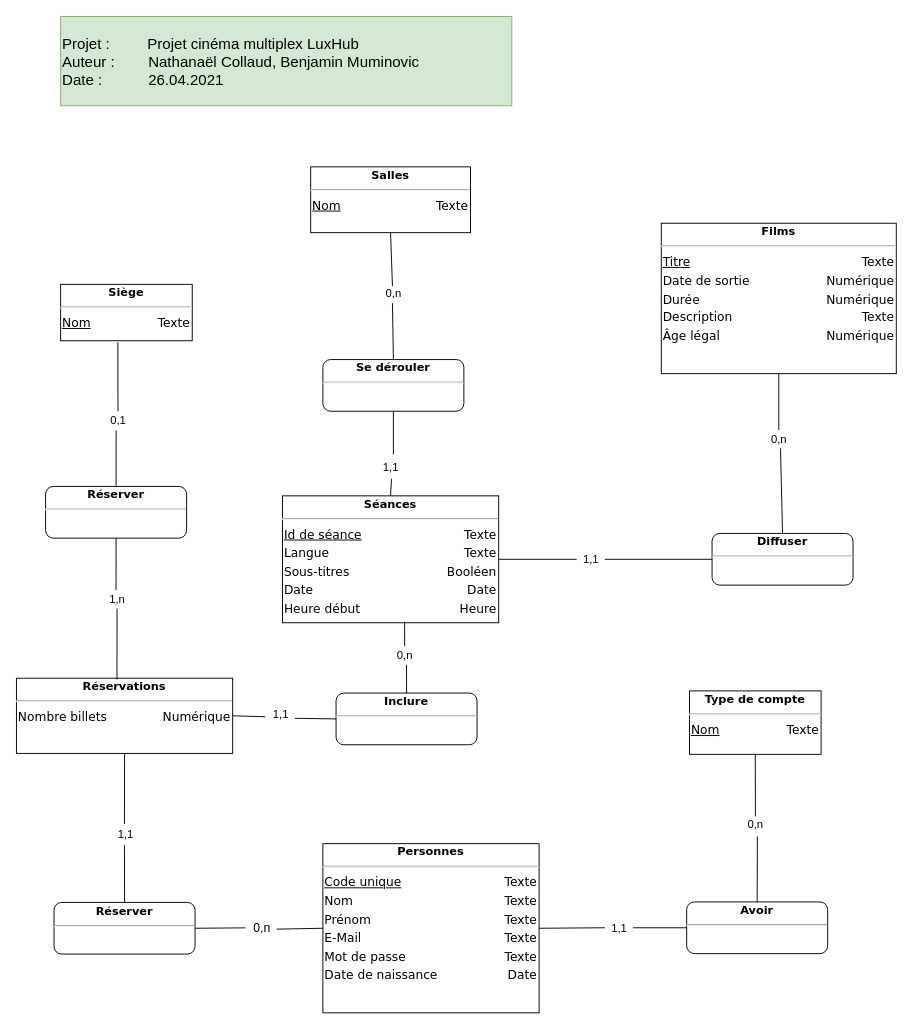
The draw.io diagram Doc/MCD.drawio in benjaminMum/LuxHub, before the edit. Source tidied: cells renumbered, new cells numbered last; positions are measured from the earlier drawing's top-left corner, leaving out a move shared by most shapes. Both pictures are drawn from the tidied source at 94%, with x=0, y=0 at pixel (16, 16).
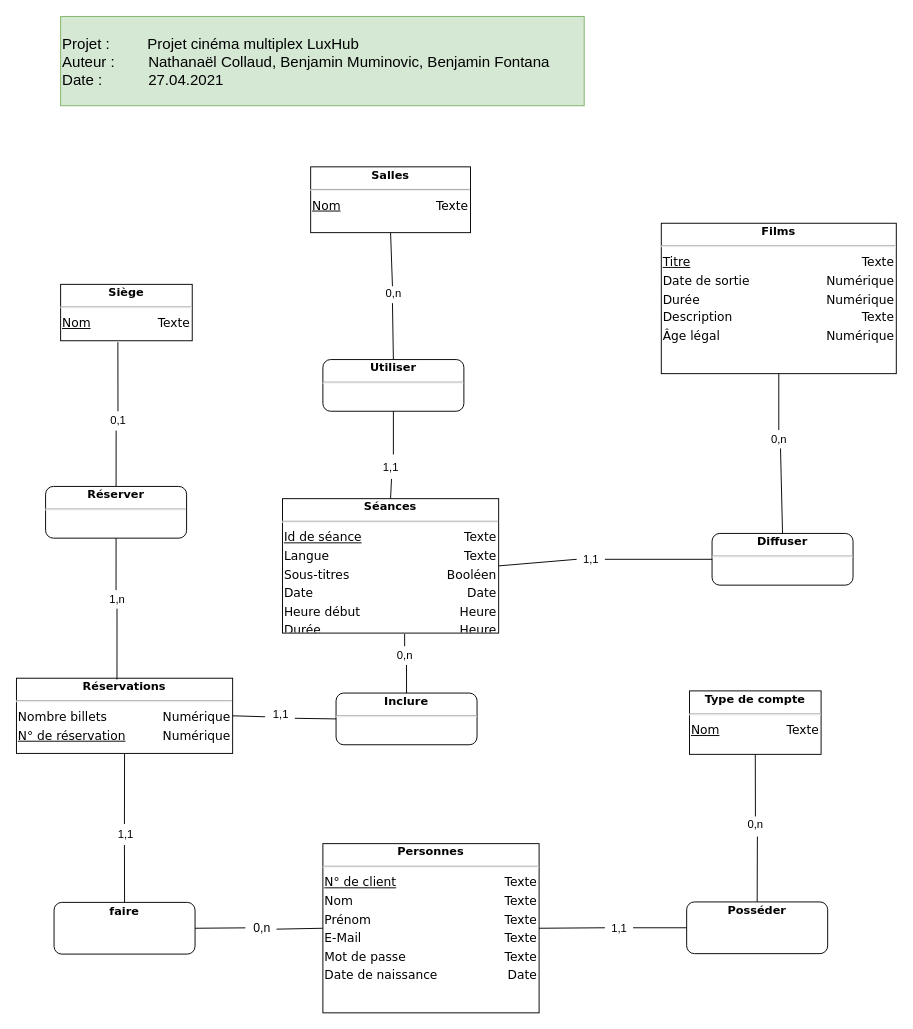
The same page after the edit.

Unchanged cells that the change refers to:
```xml
<mxCell id="43" value="0,n" style="text;html=1;align=center;verticalAlign=middle;points=[];strokeWidth=1;" parent="1" vertex="1">
  <mxGeometry x="398" y="670" width="30" height="20" as="geometry" />
</mxCell>
```

The edit, as a diff of the source:
```diff
@@
-    <mxCell id="2" value="Projet :&amp;nbsp; &amp;nbsp; &amp;nbsp; &amp;nbsp; &amp;nbsp;Projet cinéma multiplex LuxHub&lt;br&gt;&lt;span style=&quot;text-align: center&quot;&gt;Auteur :&amp;nbsp; &amp;nbsp; &amp;nbsp; &amp;nbsp; Nathanaël Collaud, Benjamin Muminovic&lt;/span&gt;&lt;br&gt;&lt;div&gt;Date :&amp;nbsp; &amp;nbsp; &amp;nbsp; &amp;nbsp; &amp;nbsp; &amp;nbsp;26.04.2021&lt;/div&gt;" style="rounded=0;whiteSpace=wrap;html=1;labelBackgroundColor=none;strokeColor=#82b366;fontSize=16;align=left;fillColor=#d5e8d4;" parent="1" vertex="1">
-      <mxGeometry x="47" width="480" height="95" as="geometry" />
+    <mxCell id="2" value="Projet :&amp;nbsp; &amp;nbsp; &amp;nbsp; &amp;nbsp; &amp;nbsp;Projet cinéma multiplex LuxHub&lt;br&gt;&lt;span style=&quot;text-align: center&quot;&gt;Auteur :&amp;nbsp; &amp;nbsp; &amp;nbsp; &amp;nbsp; Nathanaël Collaud, Benjamin Muminovic, Benjamin Fontana&lt;/span&gt;&lt;br&gt;&lt;div&gt;Date :&amp;nbsp; &amp;nbsp; &amp;nbsp; &amp;nbsp; &amp;nbsp; &amp;nbsp;27.04.2021&lt;/div&gt;" style="rounded=0;whiteSpace=wrap;html=1;labelBackgroundColor=none;strokeColor=#82b366;fontSize=16;align=left;fillColor=#d5e8d4;" parent="1" vertex="1">
+      <mxGeometry x="47" width="557" height="95" as="geometry" />
     </mxCell>
@@
-    <mxCell id="13" value="&lt;div style=&quot;box-sizing: border-box ; width: 100% ; padding: 2px&quot;&gt;&lt;span style=&quot;background-color: rgb(255 , 255 , 255)&quot;&gt;&lt;b&gt;Se dérouler&lt;/b&gt;&lt;/span&gt;&lt;/div&gt;&lt;hr&gt;&lt;table style=&quot;width: 100% ; font-size: 1em&quot; cellpadding=&quot;2&quot; cellspacing=&quot;0&quot;&gt;&lt;tbody&gt;&lt;tr&gt;&lt;td style=&quot;text-align: left&quot;&gt;&lt;br&gt;&lt;/td&gt;&lt;td style=&quot;text-align: right&quot;&gt;&lt;br&gt;&lt;/td&gt;&lt;/tr&gt;&lt;/tbody&gt;&lt;/table&gt;" style="verticalAlign=top;align=center;overflow=fill;html=1;rounded=1;shadow=0;comic=0;labelBackgroundColor=none;strokeColor=#000000;strokeWidth=1;fillColor=#ffffff;fontFamily=Verdana;fontSize=12;fontColor=#000000;" parent="1" vertex="1">
+    <mxCell id="13" value="&lt;div style=&quot;box-sizing: border-box ; width: 100% ; padding: 2px&quot;&gt;&lt;b&gt;Utiliser&lt;/b&gt;&lt;/div&gt;&lt;hr&gt;&lt;table style=&quot;width: 100% ; font-size: 1em&quot; cellpadding=&quot;2&quot; cellspacing=&quot;0&quot;&gt;&lt;tbody&gt;&lt;tr&gt;&lt;td style=&quot;text-align: left&quot;&gt;&lt;br&gt;&lt;/td&gt;&lt;td style=&quot;text-align: right&quot;&gt;&lt;br&gt;&lt;/td&gt;&lt;/tr&gt;&lt;/tbody&gt;&lt;/table&gt;" style="verticalAlign=top;align=center;overflow=fill;html=1;rounded=1;shadow=0;comic=0;labelBackgroundColor=none;strokeColor=#000000;strokeWidth=1;fillColor=#ffffff;fontFamily=Verdana;fontSize=12;fontColor=#000000;" parent="1" vertex="1">
       <mxGeometry x="326" y="365" width="150" height="55" as="geometry" />
     </mxCell>
@@
-    <mxCell id="21" value="&lt;div style=&quot;box-sizing: border-box ; width: 100% ; padding: 2px&quot;&gt;&lt;span style=&quot;background-color: rgb(255 , 255 , 255)&quot;&gt;&lt;b&gt;Séances&lt;/b&gt;&lt;/span&gt;&lt;/div&gt;&lt;hr&gt;&lt;table style=&quot;width: 100% ; font-size: 1em&quot; cellpadding=&quot;2&quot; cellspacing=&quot;0&quot;&gt;&lt;tbody style=&quot;font-size: 13px&quot;&gt;&lt;tr&gt;&lt;td style=&quot;text-align: left&quot;&gt;&lt;u&gt;Id de séance&lt;/u&gt;&lt;/td&gt;&lt;td style=&quot;text-align: right&quot;&gt;Texte&lt;/td&gt;&lt;/tr&gt;&lt;tr&gt;&lt;td style=&quot;text-align: left&quot;&gt;Langue&lt;/td&gt;&lt;td style=&quot;text-align: right&quot;&gt;Texte&lt;/td&gt;&lt;/tr&gt;&lt;tr&gt;&lt;td style=&quot;text-align: left&quot;&gt;Sous-titres&lt;/td&gt;&lt;td style=&quot;text-align: right&quot;&gt;Booléen&lt;/td&gt;&lt;/tr&gt;&lt;tr&gt;&lt;td style=&quot;text-align: left&quot;&gt;Date&lt;/td&gt;&lt;td style=&quot;text-align: right&quot;&gt;Date&lt;/td&gt;&lt;/tr&gt;&lt;tr&gt;&lt;td style=&quot;text-align: left&quot;&gt;Heure début&lt;br&gt;&lt;/td&gt;&lt;td style=&quot;text-align: right&quot;&gt;Heure&lt;/td&gt;&lt;/tr&gt;&lt;/tbody&gt;&lt;/table&gt;" style="verticalAlign=top;align=center;overflow=fill;html=1;rounded=0;shadow=0;comic=0;labelBackgroundColor=none;strokeColor=#000000;strokeWidth=1;fillColor=#ffffff;fontFamily=Verdana;fontSize=12;fontColor=#000000;" parent="1" vertex="1">
-      <mxGeometry x="283" y="510" width="230" height="135" as="geometry" />
+    <mxCell id="21" value="&lt;div style=&quot;box-sizing: border-box ; width: 100% ; padding: 2px&quot;&gt;&lt;span style=&quot;background-color: rgb(255 , 255 , 255)&quot;&gt;&lt;b&gt;Séances&lt;/b&gt;&lt;/span&gt;&lt;/div&gt;&lt;hr&gt;&lt;table style=&quot;width: 100% ; font-size: 1em&quot; cellpadding=&quot;2&quot; cellspacing=&quot;0&quot;&gt;&lt;tbody style=&quot;font-size: 13px&quot;&gt;&lt;tr&gt;&lt;td style=&quot;text-align: left&quot;&gt;&lt;u&gt;Id de séance&lt;/u&gt;&lt;/td&gt;&lt;td style=&quot;text-align: right&quot;&gt;Texte&lt;/td&gt;&lt;/tr&gt;&lt;tr&gt;&lt;td style=&quot;text-align: left&quot;&gt;Langue&lt;/td&gt;&lt;td style=&quot;text-align: right&quot;&gt;Texte&lt;/td&gt;&lt;/tr&gt;&lt;tr&gt;&lt;td style=&quot;text-align: left&quot;&gt;Sous-titres&lt;/td&gt;&lt;td style=&quot;text-align: right&quot;&gt;Booléen&lt;/td&gt;&lt;/tr&gt;&lt;tr&gt;&lt;td style=&quot;text-align: left&quot;&gt;Date&lt;/td&gt;&lt;td style=&quot;text-align: right&quot;&gt;Date&lt;/td&gt;&lt;/tr&gt;&lt;tr&gt;&lt;td style=&quot;text-align: left&quot;&gt;Heure début&lt;br&gt;&lt;/td&gt;&lt;td style=&quot;text-align: right&quot;&gt;Heure&lt;/td&gt;&lt;/tr&gt;&lt;tr&gt;&lt;td style=&quot;text-align: left&quot;&gt;Durée&lt;/td&gt;&lt;td style=&quot;text-align: right&quot;&gt;Heure&lt;/td&gt;&lt;/tr&gt;&lt;/tbody&gt;&lt;/table&gt;" style="verticalAlign=top;align=center;overflow=fill;html=1;rounded=0;shadow=0;comic=0;labelBackgroundColor=none;strokeColor=#000000;strokeWidth=1;fillColor=#ffffff;fontFamily=Verdana;fontSize=12;fontColor=#000000;" parent="1" vertex="1">
+      <mxGeometry x="283" y="513" width="230" height="143" as="geometry" />
     </mxCell>
@@
-    <mxCell id="23" value="&lt;div style=&quot;box-sizing: border-box ; width: 100% ; padding: 2px&quot;&gt;&lt;span style=&quot;background-color: rgb(255 , 255 , 255)&quot;&gt;&lt;b&gt;Personnes&lt;/b&gt;&lt;/span&gt;&lt;/div&gt;&lt;hr&gt;&lt;table style=&quot;width: 100% ; font-size: 1em&quot; cellpadding=&quot;2&quot; cellspacing=&quot;0&quot;&gt;&lt;tbody style=&quot;font-size: 13px&quot;&gt;&lt;tr&gt;&lt;td style=&quot;text-align: left&quot;&gt;&lt;u&gt;Code unique&lt;/u&gt;&lt;/td&gt;&lt;td style=&quot;text-align: right&quot;&gt;Texte&lt;/td&gt;&lt;/tr&gt;&lt;tr&gt;&lt;td style=&quot;text-align: left&quot;&gt;Nom&lt;/td&gt;&lt;td style=&quot;text-align: right&quot;&gt;Texte&lt;/td&gt;&lt;/tr&gt;&lt;tr&gt;&lt;td style=&quot;text-align: left&quot;&gt;Prénom&lt;br&gt;&lt;/td&gt;&lt;td style=&quot;text-align: right&quot;&gt;Texte&lt;/td&gt;&lt;/tr&gt;&lt;tr&gt;&lt;td style=&quot;text-align: left&quot;&gt;E-Mail&lt;/td&gt;&lt;td style=&quot;text-align: right&quot;&gt;&lt;span&gt;Texte&lt;/span&gt;&lt;br&gt;&lt;/td&gt;&lt;/tr&gt;&lt;tr&gt;&lt;td style=&quot;text-align: left&quot;&gt;Mot de passe&lt;/td&gt;&lt;td style=&quot;text-align: right&quot;&gt;&lt;span&gt;Texte&lt;/span&gt;&lt;br&gt;&lt;/td&gt;&lt;/tr&gt;&lt;tr&gt;&lt;td style=&quot;text-align: left&quot;&gt;Date de naissance&lt;/td&gt;&lt;td style=&quot;text-align: right&quot;&gt;Date&lt;/td&gt;&lt;/tr&gt;&lt;/tbody&gt;&lt;/table&gt;" style="verticalAlign=top;align=center;overflow=fill;html=1;rounded=0;shadow=0;comic=0;labelBackgroundColor=none;strokeColor=#000000;strokeWidth=1;fillColor=#ffffff;fontFamily=Verdana;fontSize=12;fontColor=#000000;" parent="1" vertex="1">
+    <mxCell id="23" value="&lt;div style=&quot;box-sizing: border-box ; width: 100% ; padding: 2px&quot;&gt;&lt;span style=&quot;background-color: rgb(255 , 255 , 255)&quot;&gt;&lt;b&gt;Personnes&lt;/b&gt;&lt;/span&gt;&lt;/div&gt;&lt;hr&gt;&lt;table style=&quot;width: 100% ; font-size: 1em&quot; cellpadding=&quot;2&quot; cellspacing=&quot;0&quot;&gt;&lt;tbody style=&quot;font-size: 13px&quot;&gt;&lt;tr&gt;&lt;td style=&quot;text-align: left&quot;&gt;&lt;u&gt;N° de client&lt;/u&gt;&lt;/td&gt;&lt;td style=&quot;text-align: right&quot;&gt;Texte&lt;/td&gt;&lt;/tr&gt;&lt;tr&gt;&lt;td style=&quot;text-align: left&quot;&gt;Nom&lt;/td&gt;&lt;td style=&quot;text-align: right&quot;&gt;Texte&lt;/td&gt;&lt;/tr&gt;&lt;tr&gt;&lt;td style=&quot;text-align: left&quot;&gt;Prénom&lt;br&gt;&lt;/td&gt;&lt;td style=&quot;text-align: right&quot;&gt;Texte&lt;/td&gt;&lt;/tr&gt;&lt;tr&gt;&lt;td style=&quot;text-align: left&quot;&gt;E-Mail&lt;/td&gt;&lt;td style=&quot;text-align: right&quot;&gt;&lt;span&gt;Texte&lt;/span&gt;&lt;br&gt;&lt;/td&gt;&lt;/tr&gt;&lt;tr&gt;&lt;td style=&quot;text-align: left&quot;&gt;Mot de passe&lt;/td&gt;&lt;td style=&quot;text-align: right&quot;&gt;&lt;span&gt;Texte&lt;/span&gt;&lt;br&gt;&lt;/td&gt;&lt;/tr&gt;&lt;tr&gt;&lt;td style=&quot;text-align: left&quot;&gt;Date de naissance&lt;/td&gt;&lt;td style=&quot;text-align: right&quot;&gt;Date&lt;/td&gt;&lt;/tr&gt;&lt;/tbody&gt;&lt;/table&gt;" style="verticalAlign=top;align=center;overflow=fill;html=1;rounded=0;shadow=0;comic=0;labelBackgroundColor=none;strokeColor=#000000;strokeWidth=1;fillColor=#ffffff;fontFamily=Verdana;fontSize=12;fontColor=#000000;" parent="1" vertex="1">
       <mxGeometry x="326" y="880" width="230" height="180" as="geometry" />
     </mxCell>
-    <mxCell id="24" value="&lt;div style=&quot;box-sizing: border-box ; width: 100% ; padding: 2px&quot;&gt;&lt;span style=&quot;background-color: rgb(255 , 255 , 255)&quot;&gt;&lt;b&gt;Réservations&lt;/b&gt;&lt;/span&gt;&lt;/div&gt;&lt;hr&gt;&lt;table style=&quot;width: 100% ; font-size: 1em&quot; cellpadding=&quot;2&quot; cellspacing=&quot;0&quot;&gt;&lt;tbody style=&quot;font-size: 13px&quot;&gt;&lt;tr&gt;&lt;td style=&quot;text-align: left&quot;&gt;Nombre billets&lt;br&gt;&lt;/td&gt;&lt;td style=&quot;text-align: right&quot;&gt;Numérique&lt;/td&gt;&lt;/tr&gt;&lt;/tbody&gt;&lt;/table&gt;" style="verticalAlign=top;align=center;overflow=fill;html=1;rounded=0;shadow=0;comic=0;labelBackgroundColor=none;strokeColor=#000000;strokeWidth=1;fillColor=#ffffff;fontFamily=Verdana;fontSize=12;fontColor=#000000;" parent="1" vertex="1">
+    <mxCell id="24" value="&lt;div style=&quot;box-sizing: border-box ; width: 100% ; padding: 2px&quot;&gt;&lt;span style=&quot;background-color: rgb(255 , 255 , 255)&quot;&gt;&lt;b&gt;Réservations&lt;/b&gt;&lt;/span&gt;&lt;/div&gt;&lt;hr&gt;&lt;table style=&quot;width: 100% ; font-size: 1em&quot; cellpadding=&quot;2&quot; cellspacing=&quot;0&quot;&gt;&lt;tbody style=&quot;font-size: 13px&quot;&gt;&lt;tr&gt;&lt;td style=&quot;text-align: left&quot;&gt;Nombre billets&lt;br&gt;&lt;/td&gt;&lt;td style=&quot;text-align: right&quot;&gt;Numérique&lt;/td&gt;&lt;/tr&gt;&lt;tr&gt;&lt;td style=&quot;text-align: left&quot;&gt;&lt;u&gt;N° de réservation&lt;/u&gt;&lt;/td&gt;&lt;td style=&quot;text-align: right&quot;&gt;Numérique&lt;/td&gt;&lt;/tr&gt;&lt;/tbody&gt;&lt;/table&gt;" style="verticalAlign=top;align=center;overflow=fill;html=1;rounded=0;shadow=0;comic=0;labelBackgroundColor=none;strokeColor=#000000;strokeWidth=1;fillColor=#ffffff;fontFamily=Verdana;fontSize=12;fontColor=#000000;" parent="1" vertex="1">
       <mxGeometry y="704" width="230" height="80" as="geometry" />
     </mxCell>
-    <mxCell id="25" value="&lt;div style=&quot;box-sizing: border-box ; width: 100% ; padding: 2px&quot;&gt;&lt;span style=&quot;background-color: rgb(255 , 255 , 255)&quot;&gt;&lt;b&gt;Réserver&lt;/b&gt;&lt;/span&gt;&lt;/div&gt;&lt;hr&gt;&lt;table style=&quot;width: 100% ; font-size: 1em&quot; cellpadding=&quot;2&quot; cellspacing=&quot;0&quot;&gt;&lt;tbody&gt;&lt;tr&gt;&lt;td style=&quot;text-align: left&quot;&gt;&lt;br&gt;&lt;/td&gt;&lt;td style=&quot;text-align: right&quot;&gt;&lt;br&gt;&lt;/td&gt;&lt;/tr&gt;&lt;/tbody&gt;&lt;/table&gt;" style="verticalAlign=top;align=center;overflow=fill;html=1;rounded=1;shadow=0;comic=0;labelBackgroundColor=none;strokeColor=#000000;strokeWidth=1;fillColor=#ffffff;fontFamily=Verdana;fontSize=12;fontColor=#000000;" parent="1" vertex="1">
+    <mxCell id="25" value="&lt;div style=&quot;box-sizing: border-box ; width: 100% ; padding: 2px&quot;&gt;&lt;b&gt;faire&lt;/b&gt;&lt;/div&gt;&lt;table style=&quot;width: 100% ; font-size: 1em&quot; cellpadding=&quot;2&quot; cellspacing=&quot;0&quot;&gt;&lt;tbody&gt;&lt;tr&gt;&lt;td style=&quot;text-align: left&quot;&gt;&lt;br&gt;&lt;/td&gt;&lt;td style=&quot;text-align: right&quot;&gt;&lt;br&gt;&lt;/td&gt;&lt;/tr&gt;&lt;/tbody&gt;&lt;/table&gt;" style="verticalAlign=top;align=center;overflow=fill;html=1;rounded=1;shadow=0;comic=0;labelBackgroundColor=none;strokeColor=#000000;strokeWidth=1;fillColor=#ffffff;fontFamily=Verdana;fontSize=12;fontColor=#000000;" parent="1" vertex="1">
       <mxGeometry x="40" y="942.5" width="150" height="55" as="geometry" />
     </mxCell>
-    <mxCell id="26" value="&lt;div style=&quot;box-sizing: border-box ; width: 100% ; padding: 2px&quot;&gt;&lt;span style=&quot;background-color: rgb(255 , 255 , 255)&quot;&gt;&lt;b&gt;Avoir&lt;/b&gt;&lt;/span&gt;&lt;/div&gt;&lt;hr&gt;&lt;table style=&quot;width: 100% ; font-size: 1em&quot; cellpadding=&quot;2&quot; cellspacing=&quot;0&quot;&gt;&lt;tbody&gt;&lt;tr&gt;&lt;td style=&quot;text-align: left&quot;&gt;&lt;br&gt;&lt;/td&gt;&lt;td style=&quot;text-align: right&quot;&gt;&lt;br&gt;&lt;/td&gt;&lt;/tr&gt;&lt;/tbody&gt;&lt;/table&gt;" style="verticalAlign=top;align=center;overflow=fill;html=1;rounded=1;shadow=0;comic=0;labelBackgroundColor=none;strokeColor=#000000;strokeWidth=1;fillColor=#ffffff;fontFamily=Verdana;fontSize=12;fontColor=#000000;" parent="1" vertex="1">
+    <mxCell id="26" value="&lt;div style=&quot;box-sizing: border-box ; width: 100% ; padding: 2px&quot;&gt;&lt;b&gt;Posséder&lt;/b&gt;&lt;/div&gt;&lt;table style=&quot;width: 100% ; font-size: 1em&quot; cellpadding=&quot;2&quot; cellspacing=&quot;0&quot;&gt;&lt;tbody&gt;&lt;tr&gt;&lt;td style=&quot;text-align: left&quot;&gt;&lt;br&gt;&lt;/td&gt;&lt;td style=&quot;text-align: right&quot;&gt;&lt;br&gt;&lt;/td&gt;&lt;/tr&gt;&lt;/tbody&gt;&lt;/table&gt;" style="verticalAlign=top;align=center;overflow=fill;html=1;rounded=1;shadow=0;comic=0;labelBackgroundColor=none;strokeColor=#000000;strokeWidth=1;fillColor=#ffffff;fontFamily=Verdana;fontSize=12;fontColor=#000000;" parent="1" vertex="1">
       <mxGeometry x="713" y="942" width="150" height="55" as="geometry" />
     </mxCell>
@@
-    <mxCell id="44" style="endArrow=none;html=1;exitX=0.565;exitY=0.991;exitDx=0;exitDy=0;entryX=0.5;entryY=0;entryDx=0;entryDy=0;startArrow=none;exitPerimeter=0;" parent="1" edge="1" source="21" target="43">
+    <mxCell id="44" style="endArrow=none;html=1;exitX=0.565;exitY=1.007;exitDx=0;exitDy=0;entryX=0.5;entryY=0;entryDx=0;entryDy=0;startArrow=none;exitPerimeter=0;" parent="1" edge="1" source="21" target="43">
       <mxGeometry relative="1" as="geometry" />
     </mxCell>
```
